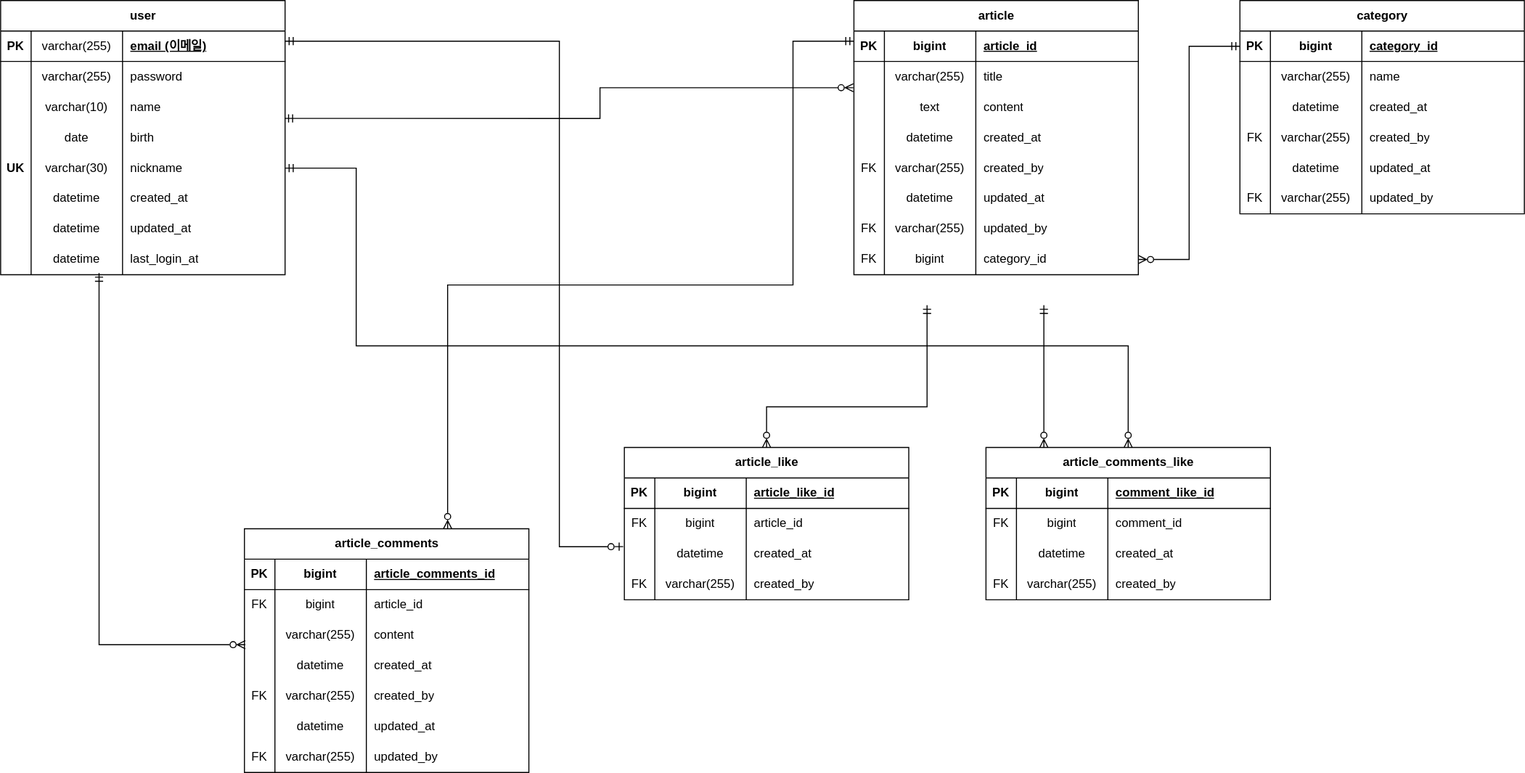
Before: back/src/main/resources/ERD.svg, a diagram exported from draw.io (6810779s/board-fullstack-pjt). Source tidied: cells renumbered, new cells last; positions are measured from the earlier drawing's top-left corner, leaving out a move shared by most shapes.
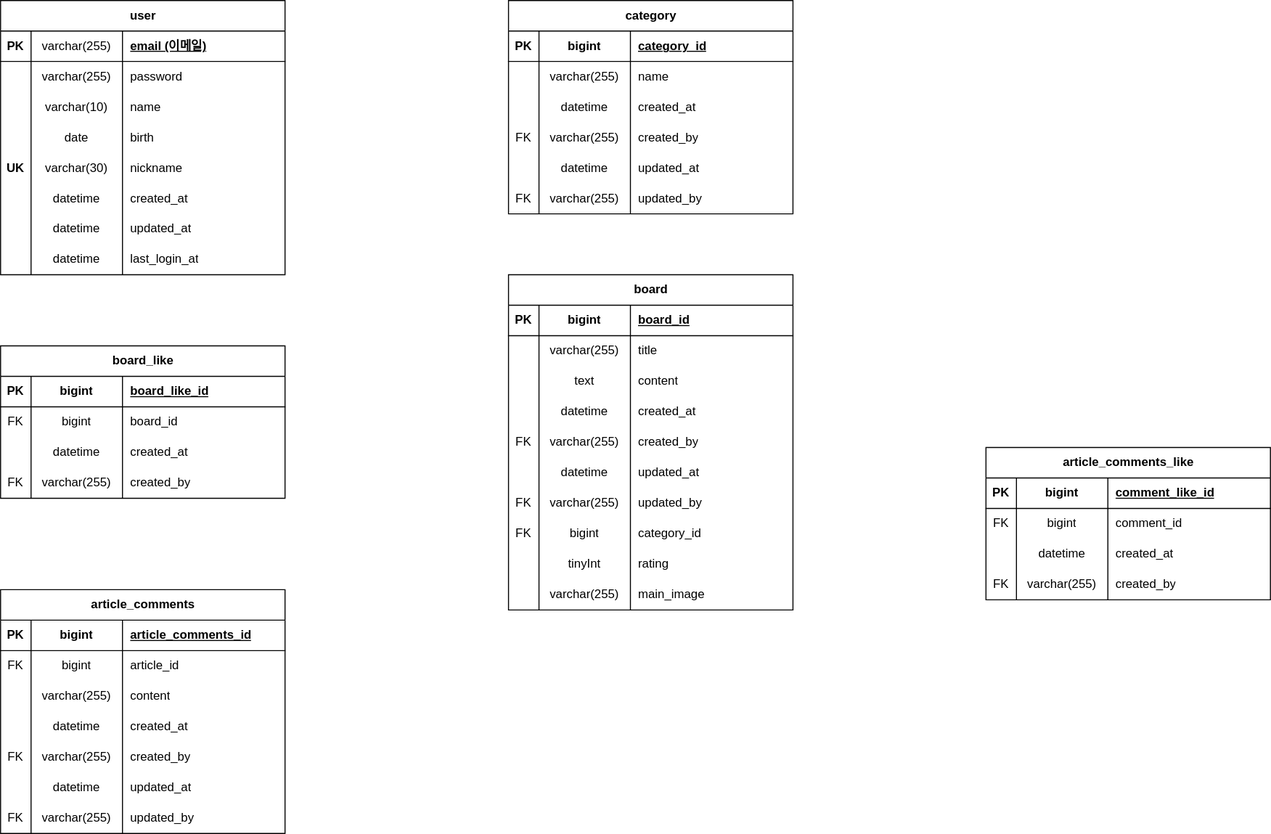
The same file after the commit.

Commit message:
erd 업데이트 중

What changed in the source:
```diff
@@ -101,8 +101,8 @@
     <mxCell id="34" value="last_login_at" style="shape=partialRectangle;fillColor=none;top=0;left=0;bottom=0;right=0;align=left;spacingLeft=6;overflow=hidden;whiteSpace=wrap;html=1;" parent="31" vertex="1">
       <mxGeometry x="120" width="160" height="30" as="geometry" />
     </mxCell>
-    <mxCell id="35" value="article" style="shape=table;startSize=30;rowLines=0;fontStyle=1;align=center;html=1;" parent="1" vertex="1">
-      <mxGeometry x="840" width="280" height="270" as="geometry" />
+    <mxCell id="35" value="board" style="shape=table;startSize=30;rowLines=0;fontStyle=1;align=center;html=1;" parent="1" vertex="1">
+      <mxGeometry x="500" y="270" width="280" height="330" as="geometry" />
     </mxCell>
     <mxCell id="36" style="shape=tableRow;horizontal=0;startSize=0;swimlaneHead=0;swimlaneBody=0;fillColor=none;top=0;left=0;right=0;bottom=1;" parent="35" vertex="1">
       <mxGeometry y="30" width="280" height="30" as="geometry" />
@@ -113,7 +113,7 @@
     <mxCell id="38" value="bigint" style="shape=partialRectangle;fillColor=none;top=0;left=0;bottom=0;right=0;fontStyle=1;overflow=hidden;whiteSpace=wrap;html=1;" parent="36" vertex="1">
       <mxGeometry x="30" width="90" height="30" as="geometry" />
     </mxCell>
-    <mxCell id="39" value="article_id" style="shape=partialRectangle;fillColor=none;top=0;left=0;bottom=0;right=0;align=left;spacingLeft=6;fontStyle=5;overflow=hidden;whiteSpace=wrap;html=1;colspan=2;" parent="36" vertex="1">
+    <mxCell id="39" value="board_id" style="shape=partialRectangle;fillColor=none;top=0;left=0;bottom=0;right=0;align=left;spacingLeft=6;fontStyle=5;overflow=hidden;whiteSpace=wrap;html=1;colspan=2;" parent="36" vertex="1">
       <mxGeometry x="120" width="160" height="30" as="geometry" />
     </mxCell>
     <mxCell id="40" style="shape=tableRow;horizontal=0;startSize=0;swimlaneHead=0;swimlaneBody=0;fillColor=none;points=[[0,0.5],[1,0.5]];portConstraint=eastwest;top=0;left=0;right=0;bottom=0;" parent="35" vertex="1">
@@ -200,8 +200,32 @@
     <mxCell id="67" value="category_id" style="shape=partialRectangle;fillColor=none;top=0;left=0;bottom=0;right=0;align=left;spacingLeft=6;overflow=hidden;whiteSpace=wrap;html=1;" parent="64" vertex="1">
       <mxGeometry x="120" width="160" height="30" as="geometry" />
     </mxCell>
+    <mxCell id="164" style="shape=tableRow;horizontal=0;startSize=0;swimlaneHead=0;swimlaneBody=0;fillColor=none;top=0;left=0;right=0;bottom=0;" parent="35" vertex="1">
+      <mxGeometry y="270" width="280" height="30" as="geometry" />
+    </mxCell>
+    <mxCell id="165" style="shape=partialRectangle;fillColor=none;top=0;left=0;bottom=0;right=0;overflow=hidden;whiteSpace=wrap;html=1;" parent="164" vertex="1">
+      <mxGeometry width="30" height="30" as="geometry" />
+    </mxCell>
+    <mxCell id="166" value="tinyInt" style="shape=partialRectangle;fillColor=none;top=0;left=0;bottom=0;right=0;overflow=hidden;whiteSpace=wrap;html=1;" parent="164" vertex="1">
+      <mxGeometry x="30" width="90" height="30" as="geometry" />
+    </mxCell>
+    <mxCell id="167" value="rating" style="shape=partialRectangle;fillColor=none;top=0;left=0;bottom=0;right=0;align=left;spacingLeft=6;overflow=hidden;whiteSpace=wrap;html=1;" parent="164" vertex="1">
+      <mxGeometry x="120" width="160" height="30" as="geometry" />
+    </mxCell>
+    <mxCell id="168" style="shape=tableRow;horizontal=0;startSize=0;swimlaneHead=0;swimlaneBody=0;fillColor=none;top=0;left=0;right=0;bottom=0;" parent="35" vertex="1">
+      <mxGeometry y="300" width="280" height="30" as="geometry" />
+    </mxCell>
+    <mxCell id="169" style="shape=partialRectangle;fillColor=none;top=0;left=0;bottom=0;right=0;overflow=hidden;whiteSpace=wrap;html=1;" parent="168" vertex="1">
+      <mxGeometry width="30" height="30" as="geometry" />
+    </mxCell>
+    <mxCell id="170" value="varchar(255)" style="shape=partialRectangle;fillColor=none;top=0;left=0;bottom=0;right=0;overflow=hidden;whiteSpace=wrap;html=1;" parent="168" vertex="1">
+      <mxGeometry x="30" width="90" height="30" as="geometry" />
+    </mxCell>
+    <mxCell id="171" value="main_image" style="shape=partialRectangle;fillColor=none;top=0;left=0;bottom=0;right=0;align=left;spacingLeft=6;overflow=hidden;whiteSpace=wrap;html=1;" parent="168" vertex="1">
+      <mxGeometry x="120" width="160" height="30" as="geometry" />
+    </mxCell>
     <mxCell id="68" value="article_comments" style="shape=table;startSize=30;rowLines=0;fontStyle=1;align=center;html=1;" parent="1" vertex="1">
-      <mxGeometry x="240" y="520" width="280" height="240" as="geometry" />
+      <mxGeometry y="580" width="280" height="240" as="geometry" />
     </mxCell>
     <mxCell id="69" style="shape=tableRow;horizontal=0;startSize=0;swimlaneHead=0;swimlaneBody=0;fillColor=none;top=0;left=0;right=0;bottom=1;" parent="68" vertex="1">
       <mxGeometry y="30" width="280" height="30" as="geometry" />
@@ -287,8 +311,8 @@
     <mxCell id="96" value="updated_by" style="shape=partialRectangle;fillColor=none;top=0;left=0;bottom=0;right=0;align=left;spacingLeft=6;overflow=hidden;whiteSpace=wrap;html=1;" parent="93" vertex="1">
       <mxGeometry x="120" width="160" height="30" as="geometry" />
     </mxCell>
-    <mxCell id="97" value="article_like" style="shape=table;startSize=30;rowLines=0;fontStyle=1;align=center;html=1;" parent="1" vertex="1">
-      <mxGeometry x="614" y="440" width="280" height="150" as="geometry" />
+    <mxCell id="97" value="board_like" style="shape=table;startSize=30;rowLines=0;fontStyle=1;align=center;html=1;" parent="1" vertex="1">
+      <mxGeometry y="340" width="280" height="150" as="geometry" />
     </mxCell>
     <mxCell id="98" style="shape=tableRow;horizontal=0;startSize=0;swimlaneHead=0;swimlaneBody=0;fillColor=none;top=0;left=0;right=0;bottom=1;" parent="97" vertex="1">
       <mxGeometry y="30" width="280" height="30" as="geometry" />
@@ -299,7 +323,7 @@
     <mxCell id="100" value="bigint" style="shape=partialRectangle;fillColor=none;top=0;left=0;bottom=0;right=0;fontStyle=1;overflow=hidden;whiteSpace=wrap;html=1;" parent="98" vertex="1">
       <mxGeometry x="30" width="90" height="30" as="geometry" />
     </mxCell>
-    <mxCell id="101" value="article_like_id" style="shape=partialRectangle;fillColor=none;top=0;left=0;bottom=0;right=0;align=left;spacingLeft=6;fontStyle=5;overflow=hidden;whiteSpace=wrap;html=1;colspan=2;" parent="98" vertex="1">
+    <mxCell id="101" value="board_like_id" style="shape=partialRectangle;fillColor=none;top=0;left=0;bottom=0;right=0;align=left;spacingLeft=6;fontStyle=5;overflow=hidden;whiteSpace=wrap;html=1;colspan=2;" parent="98" vertex="1">
       <mxGeometry x="120" width="160" height="30" as="geometry" />
     </mxCell>
     <mxCell id="102" style="shape=tableRow;horizontal=0;startSize=0;swimlaneHead=0;swimlaneBody=0;fillColor=none;top=0;left=0;right=0;bottom=0;" parent="97" vertex="1">
@@ -311,7 +335,7 @@
     <mxCell id="104" value="bigint" style="shape=partialRectangle;fillColor=none;top=0;left=0;bottom=0;right=0;overflow=hidden;whiteSpace=wrap;html=1;" parent="102" vertex="1">
       <mxGeometry x="30" width="90" height="30" as="geometry" />
     </mxCell>
-    <mxCell id="105" value="article_id" style="shape=partialRectangle;fillColor=none;top=0;left=0;bottom=0;right=0;align=left;spacingLeft=6;overflow=hidden;whiteSpace=wrap;html=1;" parent="102" vertex="1">
+    <mxCell id="105" value="board_id" style="shape=partialRectangle;fillColor=none;top=0;left=0;bottom=0;right=0;align=left;spacingLeft=6;overflow=hidden;whiteSpace=wrap;html=1;" parent="102" vertex="1">
       <mxGeometry x="120" width="160" height="30" as="geometry" />
     </mxCell>
     <mxCell id="106" style="shape=tableRow;horizontal=0;startSize=0;swimlaneHead=0;swimlaneBody=0;fillColor=none;top=0;left=0;right=0;bottom=0;" parent="97" vertex="1">
@@ -389,70 +413,8 @@
     <mxCell id="130" value="created_by" style="shape=partialRectangle;fillColor=none;top=0;left=0;bottom=0;right=0;align=left;spacingLeft=6;overflow=hidden;whiteSpace=wrap;html=1;" parent="127" vertex="1">
       <mxGeometry x="120" width="160" height="30" as="geometry" />
     </mxCell>
-    <mxCell id="131" style="edgeStyle=orthogonalEdgeStyle;rounded=0;jettySize=auto;html=1;exitX=0.998;exitY=0.869;exitDx=0;exitDy=0;endArrow=ERzeroToMany;endFill=0;startArrow=ERmandOne;startFill=0;exitPerimeter=0;entryX=-0.002;entryY=0.862;entryDx=0;entryDy=0;entryPerimeter=0;" parent="1" edge="1" source="11" target="40">
-      <mxGeometry relative="1" as="geometry">
-        <Array as="points">
-          <mxPoint x="590" y="116" />
-        </Array>
-      </mxGeometry>
-    </mxCell>
-    <mxCell id="132" style="edgeStyle=orthogonalEdgeStyle;rounded=0;jettySize=auto;html=1;entryX=0.003;entryY=0.805;entryDx=0;entryDy=0;startArrow=ERmandOne;startFill=0;endArrow=ERzeroToMany;endFill=0;exitX=0.346;exitY=0.945;exitDx=0;exitDy=0;exitPerimeter=0;entryPerimeter=0;" parent="1" edge="1" source="31">
-      <mxGeometry relative="1" as="geometry">
-        <mxPoint x="240.8" y="634.2" as="targetPoint" />
-        <Array as="points">
-          <mxPoint x="97" y="634" />
-        </Array>
-      </mxGeometry>
-    </mxCell>
-    <mxCell id="133" style="edgeStyle=orthogonalEdgeStyle;rounded=0;jettySize=auto;html=1;startArrow=ERmandOne;startFill=0;endArrow=ERzeroToMany;endFill=0;" parent="1" edge="1" target="68">
-      <mxGeometry relative="1" as="geometry">
-        <mxPoint x="840" y="40" as="sourcePoint" />
-        <Array as="points">
-          <mxPoint x="780" y="40" />
-          <mxPoint x="780" y="280" />
-          <mxPoint x="440" y="280" />
-        </Array>
-      </mxGeometry>
-    </mxCell>
-    <mxCell id="134" style="edgeStyle=orthogonalEdgeStyle;rounded=0;jettySize=auto;html=1;entryX=0.5;entryY=0;entryDx=0;entryDy=0;startArrow=ERmandOne;startFill=0;endArrow=ERzeroToMany;endFill=0;" parent="1" edge="1" target="97">
-      <mxGeometry relative="1" as="geometry">
-        <mxPoint x="912" y="300" as="sourcePoint" />
-        <Array as="points">
-          <mxPoint x="912" y="400" />
-          <mxPoint x="754" y="400" />
-        </Array>
-      </mxGeometry>
-    </mxCell>
-    <mxCell id="135" style="endArrow=ERzeroToOne;html=1;rounded=0;edgeStyle=orthogonalEdgeStyle;endFill=0;startArrow=ERmandOne;startFill=0;entryX=-0.004;entryY=0.256;entryDx=0;entryDy=0;entryPerimeter=0;" parent="1" edge="1">
-      <mxGeometry relative="1" as="geometry">
-        <mxPoint x="280" y="40" as="sourcePoint" />
-        <mxPoint x="612.9" y="537.7" as="targetPoint" />
-        <Array as="points">
-          <mxPoint x="550" y="40" />
-          <mxPoint x="550" y="538" />
-        </Array>
-      </mxGeometry>
-    </mxCell>
-    <mxCell id="136" style="endArrow=ERmandOne;html=1;rounded=0;edgeStyle=orthogonalEdgeStyle;startArrow=ERzeroToMany;startFill=0;endFill=0;" parent="1" edge="1" source="114">
-      <mxGeometry relative="1" as="geometry">
-        <mxPoint x="1027" y="300" as="targetPoint" />
-        <Array as="points">
-          <mxPoint x="1027" y="360" />
-          <mxPoint x="1027" y="360" />
-        </Array>
-      </mxGeometry>
-    </mxCell>
-    <mxCell id="137" style="edgeStyle=orthogonalEdgeStyle;rounded=0;jettySize=auto;html=1;exitX=1;exitY=0.5;exitDx=0;exitDy=0;entryX=0.5;entryY=0;entryDx=0;entryDy=0;endArrow=ERzeroToMany;endFill=0;startArrow=ERmandOne;startFill=0;" parent="1" edge="1" source="19" target="114">
-      <mxGeometry relative="1" as="geometry">
-        <Array as="points">
-          <mxPoint x="350" y="165" />
-          <mxPoint x="350" y="340" />
-          <mxPoint x="1110" y="340" />
-        </Array>
-      </mxGeometry>
-    </mxCell>
     <mxCell id="138" value="category" style="shape=table;startSize=30;rowLines=0;fontStyle=1;align=center;html=1;" parent="1" vertex="1">
-      <mxGeometry x="1220" width="280" height="210" as="geometry" />
+      <mxGeometry x="500" width="280" height="210" as="geometry" />
     </mxCell>
     <mxCell id="139" style="shape=tableRow;horizontal=0;startSize=0;swimlaneHead=0;swimlaneBody=0;fillColor=none;points=[[0,0.5],[1,0.5]];portConstraint=eastwest;top=0;left=0;right=0;bottom=1;" parent="138" vertex="1">
       <mxGeometry y="30" width="280" height="30" as="geometry" />
@@ -526,8 +488,5 @@
     <mxCell id="162" value="updated_by" style="shape=partialRectangle;fillColor=none;top=0;left=0;bottom=0;right=0;align=left;spacingLeft=6;overflow=hidden;whiteSpace=wrap;html=1;" parent="159" vertex="1">
       <mxGeometry x="120" width="160" height="30" as="geometry" />
     </mxCell>
-    <mxCell id="163" style="edgeStyle=orthogonalEdgeStyle;rounded=0;jettySize=auto;html=1;exitX=1;exitY=0.5;exitDx=0;exitDy=0;entryX=0;entryY=0.5;entryDx=0;entryDy=0;endArrow=ERmandOne;endFill=0;startArrow=ERzeroToMany;startFill=0;" parent="1" edge="1" source="64" target="139">
-      <mxGeometry relative="1" as="geometry" />
-    </mxCell>
   </root>
 </mxGraphModel>
```
